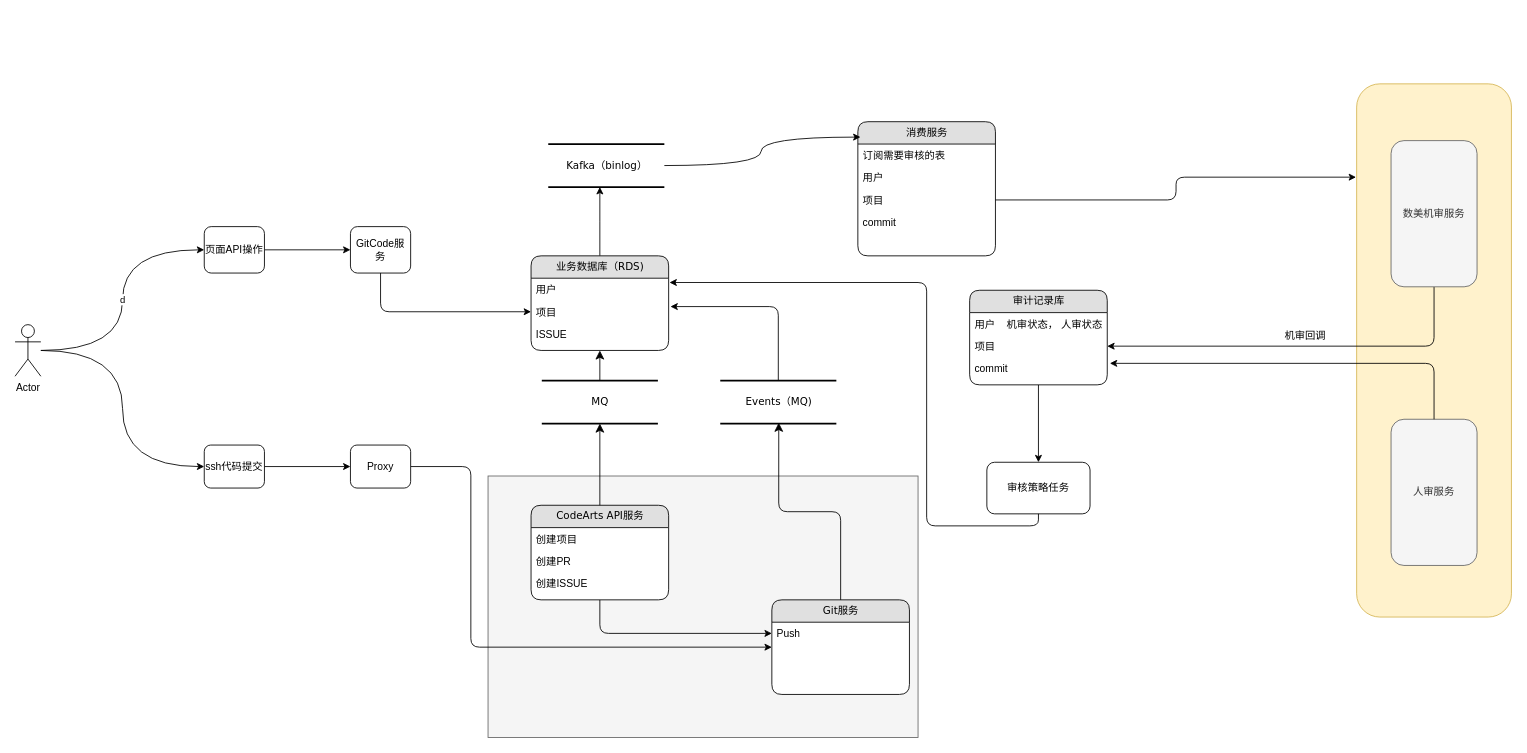
osanben/diagrams keeps this draw.io diagram as 全站进审机制.drawio. Above is the earlier version. Source tidied: cells renumbered, new cells numbered last; positions are measured from the earlier drawing's top-left corner, leaving out a move shared by most shapes. Both pictures are drawn from the tidied source at 86%, with x=0, y=0 at pixel (15, 83).
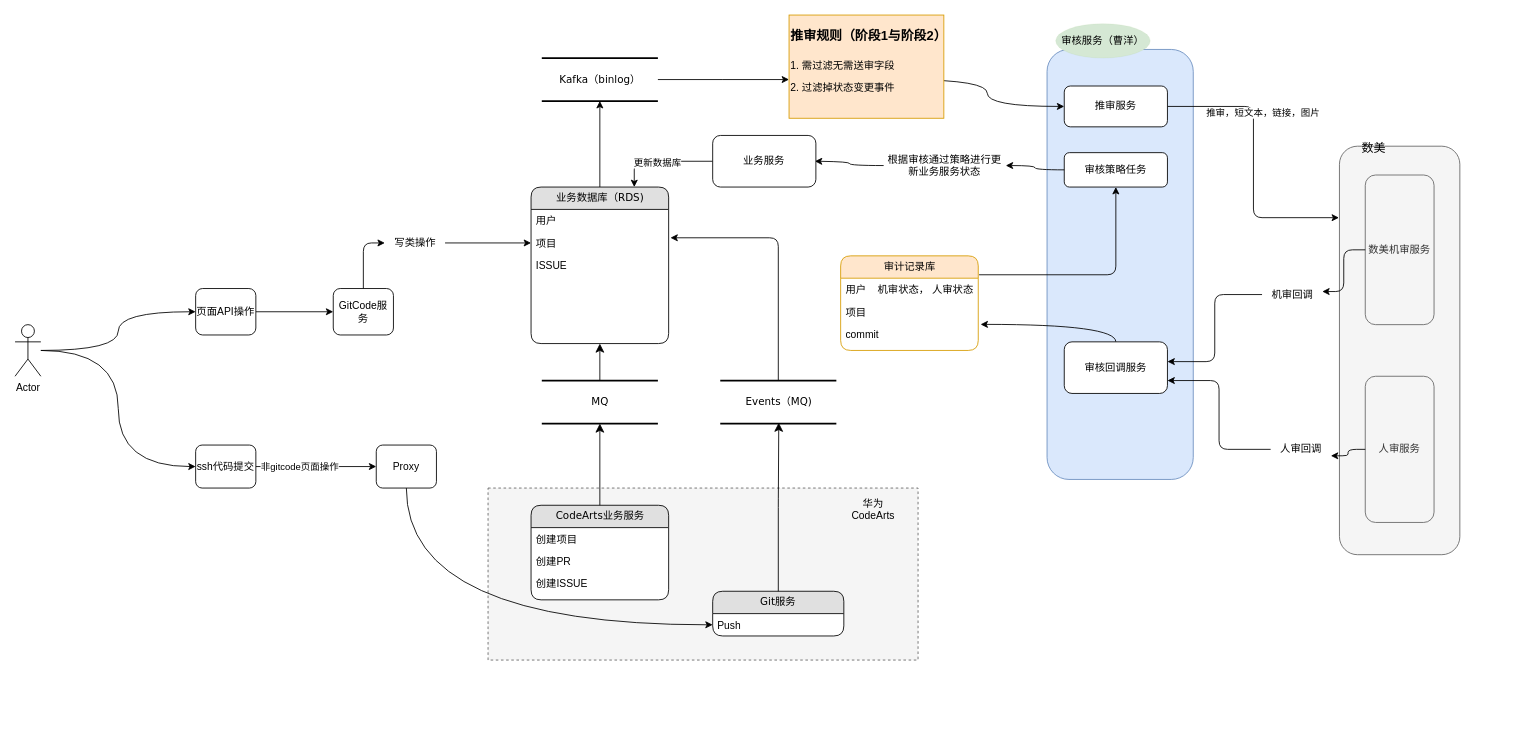
After the change.

Commit message:
更新全站进审机制.drawio

The change refers to these unchanged cells:
```xml
<mxCell id="13" value="用户" style="text;html=1;strokeColor=none;fillColor=none;spacingLeft=4;spacingRight=4;whiteSpace=wrap;overflow=hidden;points=[[0,0.5],[1,0.5]];portConstraint=eastwest;" parent="12" vertex="1">
  <mxGeometry y="26" width="160" height="26" as="geometry" />
</mxCell>
<mxCell id="14" value="项目" style="text;html=1;strokeColor=none;fillColor=none;spacingLeft=4;spacingRight=4;whiteSpace=wrap;overflow=hidden;points=[[0,0.5],[1,0.5]];portConstraint=eastwest;" parent="12" vertex="1">
  <mxGeometry y="52" width="160" height="26" as="geometry" />
</mxCell>
<mxCell id="32" value="Actor" style="shape=umlActor;verticalLabelPosition=bottom;verticalAlign=top;html=1;outlineConnect=0;" parent="1" vertex="1">
  <mxGeometry y="280" width="30" height="60" as="geometry" />
</mxCell>
<mxCell id="35" style="edgeStyle=orthogonalEdgeStyle;rounded=0;jettySize=auto;html=1;entryX=0;entryY=0.5;entryDx=0;entryDy=0;" parent="1" edge="1" source="36" target="38">
  <mxGeometry relative="1" as="geometry" />
</mxCell>
<mxCell id="46" value="用户&amp;nbsp; &amp;nbsp; 机审状态， 人审状态" style="text;html=1;strokeColor=none;fillColor=none;spacingLeft=4;spacingRight=4;whiteSpace=wrap;overflow=hidden;points=[[0,0.5],[1,0.5]];portConstraint=eastwest;" parent="45" vertex="1">
  <mxGeometry y="26" width="160" height="26" as="geometry" />
</mxCell>
<mxCell id="47" value="项目" style="text;html=1;strokeColor=none;fillColor=none;spacingLeft=4;spacingRight=4;whiteSpace=wrap;overflow=hidden;points=[[0,0.5],[1,0.5]];portConstraint=eastwest;" parent="45" vertex="1">
  <mxGeometry y="52" width="160" height="26" as="geometry" />
</mxCell>
<mxCell id="48" value="commit" style="text;html=1;strokeColor=none;fillColor=none;spacingLeft=4;spacingRight=4;whiteSpace=wrap;overflow=hidden;points=[[0,0.5],[1,0.5]];portConstraint=eastwest;" parent="45" vertex="1">
  <mxGeometry y="78" width="160" height="32" as="geometry" />
</mxCell>
```

Change to the diagram source:
```diff
@@
+    <mxCell id="54" style="rounded=1;whiteSpace=wrap;html=1;fillColor=#dae8fc;strokeColor=#6c8ebf;" parent="1" vertex="1">
+      <mxGeometry x="1200" y="-40" width="170" height="500" as="geometry" />
+    </mxCell>
-    <mxCell id="2" style="rounded=0;whiteSpace=wrap;html=1;fillColor=#f5f5f5;fontColor=#333333;strokeColor=#666666;" parent="1" vertex="1">
-      <mxGeometry x="550" y="456" width="500" height="304" as="geometry" />
+    <mxCell id="2" style="rounded=0;whiteSpace=wrap;html=1;fillColor=#f5f5f5;fontColor=#333333;strokeColor=#666666;dashed=1;" parent="1" vertex="1">
+      <mxGeometry x="550" y="470" width="500" height="200" as="geometry" />
     </mxCell>
-    <mxCell id="3" style="rounded=1;whiteSpace=wrap;html=1;fillColor=#fff2cc;strokeColor=#d6b656;" parent="1" vertex="1">
-      <mxGeometry x="1560" width="180" height="620" as="geometry" />
+    <mxCell id="3" style="rounded=1;whiteSpace=wrap;html=1;fillColor=#f5f5f5;strokeColor=#666666;fontColor=#333333;" parent="1" vertex="1">
+      <mxGeometry x="1540" y="72.5" width="140" height="475" as="geometry" />
     </mxCell>
@@
-    <mxCell id="5" value="消费服务" style="swimlane;html=1;fontStyle=0;horizontal=1;startSize=26;fillColor=#e0e0e0;swimlaneFillColor=#ffffff;align=center;rounded=1;shadow=0;comic=0;labelBackgroundColor=none;strokeWidth=1;fontFamily=Verdana;fontSize=12;" parent="1" vertex="1">
-      <mxGeometry x="980" y="44" width="160" height="156" as="geometry" />
-    </mxCell>
-    <mxCell id="6" value="订阅需要审核的表" style="text;html=1;strokeColor=none;fillColor=none;spacingLeft=4;spacingRight=4;whiteSpace=wrap;overflow=hidden;" parent="5" vertex="1">
-      <mxGeometry y="26" width="160" height="26" as="geometry" />
-    </mxCell>
-    <mxCell id="7" value="用户" style="text;html=1;strokeColor=none;fillColor=none;spacingLeft=4;spacingRight=4;whiteSpace=wrap;overflow=hidden;" parent="5" vertex="1">
-      <mxGeometry y="52" width="160" height="26" as="geometry" />
-    </mxCell>
-    <mxCell id="8" value="项目" style="text;html=1;strokeColor=none;fillColor=none;spacingLeft=4;spacingRight=4;whiteSpace=wrap;overflow=hidden;points=[[0,0.5],[1,0.5]];portConstraint=eastwest;" parent="5" vertex="1">
-      <mxGeometry y="78" width="160" height="26" as="geometry" />
-    </mxCell>
-    <mxCell id="9" value="commit" style="text;html=1;strokeColor=none;fillColor=none;spacingLeft=4;spacingRight=4;whiteSpace=wrap;overflow=hidden;" parent="5" vertex="1">
-      <mxGeometry y="104" width="160" height="26" as="geometry" />
-    </mxCell>
-    <mxCell id="10" style="text;html=1;strokeColor=none;fillColor=none;spacingLeft=4;spacingRight=4;whiteSpace=wrap;overflow=hidden;" parent="5" vertex="1">
-      <mxGeometry y="130" width="160" height="26" as="geometry" />
-    </mxCell>
-    <mxCell id="11" style="edgeStyle=orthogonalEdgeStyle;rounded=0;jettySize=auto;html=1;entryX=0.5;entryY=1;entryDx=0;entryDy=0;" parent="1" edge="1" source="12">
-      <mxGeometry relative="1" as="geometry">
-        <mxPoint x="680" y="120" as="targetPoint" />
-      </mxGeometry>
+    <mxCell id="11" style="edgeStyle=orthogonalEdgeStyle;rounded=0;jettySize=auto;html=1;" parent="1" edge="1" source="12" target="28">
+      <mxGeometry relative="1" as="geometry" />
     </mxCell>
     <mxCell id="12" value="业务数据库（RDS)" style="swimlane;html=1;fontStyle=0;horizontal=1;startSize=26;fillColor=#e0e0e0;swimlaneFillColor=#ffffff;align=center;rounded=1;shadow=0;comic=0;labelBackgroundColor=none;strokeWidth=1;fontFamily=Verdana;fontSize=12;" parent="1" vertex="1">
-      <mxGeometry x="600" y="200" width="160" height="110" as="geometry" />
+      <mxGeometry x="600" y="120" width="160" height="182" as="geometry" />
     </mxCell>
@@
-    <mxCell id="16" style="edgeStyle=orthogonalEdgeStyle;rounded=1;jettySize=auto;html=1;entryX=0;entryY=0.5;entryDx=0;entryDy=0;curved=0;" parent="1" edge="1" source="17" target="22">
-      <mxGeometry relative="1" as="geometry" />
-    </mxCell>
+    <mxCell id="55" style="text;html=1;strokeColor=none;fillColor=none;spacingLeft=4;spacingRight=4;whiteSpace=wrap;overflow=hidden;" parent="12" vertex="1">
+      <mxGeometry y="104" width="160" height="26" as="geometry" />
+    </mxCell>
+    <mxCell id="10" style="text;html=1;strokeColor=none;fillColor=none;spacingLeft=4;spacingRight=4;whiteSpace=wrap;overflow=hidden;" parent="12" vertex="1">
+      <mxGeometry y="130" width="160" height="26" as="geometry" />
+    </mxCell>
+    <mxCell id="56" style="text;html=1;strokeColor=none;fillColor=none;spacingLeft=4;spacingRight=4;whiteSpace=wrap;overflow=hidden;" parent="12" vertex="1">
+      <mxGeometry y="156" width="160" height="26" as="geometry" />
+    </mxCell>
-    <mxCell id="17" value="CodeArts API服务" style="swimlane;html=1;fontStyle=0;horizontal=1;startSize=26;fillColor=#e0e0e0;swimlaneFillColor=#ffffff;align=center;rounded=1;shadow=0;comic=0;labelBackgroundColor=none;strokeWidth=1;fontFamily=Verdana;fontSize=12;" parent="1" vertex="1">
+    <mxCell id="17" value="CodeArts业务服务" style="swimlane;html=1;fontStyle=0;horizontal=1;startSize=26;fillColor=#e0e0e0;swimlaneFillColor=#ffffff;align=center;rounded=1;shadow=0;comic=0;labelBackgroundColor=none;strokeWidth=1;fontFamily=Verdana;fontSize=12;" parent="1" vertex="1">
       <mxGeometry x="600" y="490" width="160" height="110" as="geometry" />
     </mxCell>
@@
     <mxCell id="21" value="Git服务" style="swimlane;html=1;fontStyle=0;horizontal=1;startSize=26;fillColor=#e0e0e0;swimlaneFillColor=#ffffff;align=center;rounded=1;shadow=0;comic=0;labelBackgroundColor=none;strokeWidth=1;fontFamily=Verdana;fontSize=12;" parent="1" vertex="1">
-      <mxGeometry x="880" y="600" width="160" height="110" as="geometry" />
+      <mxGeometry x="811.2" y="590" width="152.5" height="52" as="geometry" />
     </mxCell>
     <mxCell id="22" value="Push" style="text;html=1;strokeColor=none;fillColor=none;spacingLeft=4;spacingRight=4;whiteSpace=wrap;overflow=hidden;points=[[0,0.5],[1,0.5]];portConstraint=eastwest;" parent="21" vertex="1">
-      <mxGeometry y="26" width="160" height="26" as="geometry" />
+      <mxGeometry y="26" width="152.5" height="26" as="geometry" />
     </mxCell>
@@
     <mxCell id="28" value="Kafka（binlog）" style="html=1;rounded=0;shadow=0;comic=0;labelBackgroundColor=none;strokeWidth=2;fontFamily=Verdana;fontSize=12;align=center;shape=mxgraph.ios7ui.horLines;" parent="1" vertex="1">
-      <mxGeometry x="620" y="70" width="135" height="50" as="geometry" />
+      <mxGeometry x="612.5" y="-30" width="135" height="50" as="geometry" />
     </mxCell>
-    <mxCell id="29" style="edgeStyle=orthogonalEdgeStyle;rounded=0;jettySize=auto;html=1;entryX=0.019;entryY=0.115;entryDx=0;entryDy=0;entryPerimeter=0;curved=1;" parent="1" edge="1" source="28" target="5">
-      <mxGeometry relative="1" as="geometry" />
+    <mxCell id="29" style="edgeStyle=orthogonalEdgeStyle;rounded=0;jettySize=auto;html=1;entryX=0;entryY=0.5;entryDx=0;entryDy=0;curved=1;" parent="1" edge="1" target="63">
+      <mxGeometry relative="1" as="geometry">
+        <mxPoint x="1040" y="-4.9" as="sourcePoint" />
+      </mxGeometry>
     </mxCell>
-    <mxCell id="30" value="d" style="edgeStyle=orthogonalEdgeStyle;rounded=0;jettySize=auto;html=1;entryX=0;entryY=0.5;entryDx=0;entryDy=0;elbow=vertical;curved=1;" parent="1" edge="1" source="32" target="34">
+    <mxCell id="30" style="edgeStyle=orthogonalEdgeStyle;rounded=0;jettySize=auto;html=1;entryX=0;entryY=0.5;entryDx=0;entryDy=0;elbow=vertical;curved=1;" parent="1" edge="1" source="32" target="34">
       <mxGeometry relative="1" as="geometry" />
     </mxCell>
@@
     <mxCell id="34" value="页面API操作" style="rounded=1;whiteSpace=wrap;html=1;" parent="1" vertex="1">
-      <mxGeometry x="220" y="166" width="70" height="54" as="geometry" />
+      <mxGeometry x="210" y="238" width="70" height="54" as="geometry" />
     </mxCell>
@@
+    <mxCell id="57" value="非gitcode页面操作" style="edgeLabel;html=1;align=center;verticalAlign=middle;" parent="35" vertex="1">
+      <mxGeometry x="-0.28" y="1" relative="1" as="geometry" />
+    </mxCell>
     <mxCell id="36" value="ssh代码提交" style="rounded=1;whiteSpace=wrap;html=1;" parent="1" vertex="1">
-      <mxGeometry x="220" y="420" width="70" height="50" as="geometry" />
+      <mxGeometry x="210" y="420" width="70" height="50" as="geometry" />
     </mxCell>
-    <mxCell id="37" style="edgeStyle=orthogonalEdgeStyle;rounded=1;jettySize=auto;html=1;entryX=0;entryY=0.5;entryDx=0;entryDy=0;curved=0;" parent="1" edge="1" source="38" target="21">
-      <mxGeometry relative="1" as="geometry">
-        <Array as="points">
-          <mxPoint x="530" y="445" />
-          <mxPoint x="530" y="655" />
-        </Array>
-      </mxGeometry>
-    </mxCell>
+    <mxCell id="58" style="edgeStyle=orthogonalEdgeStyle;rounded=0;jettySize=auto;html=1;curved=1;" parent="1" edge="1" source="38" target="22">
+      <mxGeometry relative="1" as="geometry" />
+    </mxCell>
     <mxCell id="38" value="Proxy" style="rounded=1;whiteSpace=wrap;html=1;" parent="1" vertex="1">
-      <mxGeometry x="390" y="420" width="70" height="50" as="geometry" />
+      <mxGeometry x="420" y="420" width="70" height="50" as="geometry" />
     </mxCell>
-    <mxCell id="39" style="edgeStyle=orthogonalEdgeStyle;rounded=1;jettySize=auto;html=1;entryX=0;entryY=0.5;entryDx=0;entryDy=0;curved=0;" parent="1" edge="1" source="40" target="14">
+    <mxCell id="39" style="edgeStyle=orthogonalEdgeStyle;rounded=1;jettySize=auto;html=1;entryX=0;entryY=0.5;entryDx=0;entryDy=0;curved=0;" parent="1" edge="1" source="80" target="14">
       <mxGeometry relative="1" as="geometry" />
     </mxCell>
     <mxCell id="40" value="GitCode服务" style="rounded=1;whiteSpace=wrap;html=1;" parent="1" vertex="1">
-      <mxGeometry x="390" y="166" width="70" height="54" as="geometry" />
+      <mxGeometry x="370" y="238" width="70" height="54" as="geometry" />
     </mxCell>
-    <mxCell id="41" style="edgeStyle=orthogonalEdgeStyle;rounded=1;jettySize=auto;html=1;curved=0;" parent="1" edge="1" source="42" target="47">
-      <mxGeometry relative="1" as="geometry" />
-    </mxCell>
     <mxCell id="42" value="数美机审服务" style="rounded=1;whiteSpace=wrap;html=1;fillColor=#f5f5f5;fontColor=#333333;strokeColor=#666666;" parent="1" vertex="1">
-      <mxGeometry x="1600" y="66" width="100" height="170" as="geometry" />
+      <mxGeometry x="1570" y="106" width="80" height="174" as="geometry" />
     </mxCell>
-    <mxCell id="43" style="edgeStyle=orthogonalEdgeStyle;rounded=1;jettySize=auto;html=1;curved=0;entryX=-0.004;entryY=0.175;entryDx=0;entryDy=0;entryPerimeter=0;" parent="1" edge="1" source="8" target="3">
+    <mxCell id="43" style="edgeStyle=orthogonalEdgeStyle;rounded=1;jettySize=auto;html=1;curved=0;entryX=-0.004;entryY=0.175;entryDx=0;entryDy=0;entryPerimeter=0;exitX=1;exitY=0.5;exitDx=0;exitDy=0;" parent="1" edge="1" source="63" target="3">
       <mxGeometry relative="1" as="geometry" />
     </mxCell>
-    <mxCell id="44" style="edgeStyle=orthogonalEdgeStyle;rounded=1;jettySize=auto;html=1;entryX=0.5;entryY=0;entryDx=0;entryDy=0;curved=0;" parent="1" edge="1" source="45" target="49">
-      <mxGeometry relative="1" as="geometry" />
-    </mxCell>
+    <mxCell id="59" value="推审，短文本，链接，图片" style="edgeLabel;html=1;align=center;verticalAlign=middle;" parent="43" vertex="1">
+      <mxGeometry x="-0.34" y="-2" relative="1" as="geometry">
+        <mxPoint x="12" y="-1" as="offset" />
+      </mxGeometry>
+    </mxCell>
+    <mxCell id="60" style="edgeStyle=orthogonalEdgeStyle;rounded=1;jettySize=auto;html=1;entryX=0.5;entryY=1;entryDx=0;entryDy=0;exitX=1.006;exitY=-0.154;exitDx=0;exitDy=0;exitPerimeter=0;curved=0;" parent="1" edge="1" source="46" target="49">
+      <mxGeometry relative="1" as="geometry" />
+    </mxCell>
-    <mxCell id="45" value="审计记录库" style="swimlane;html=1;fontStyle=0;horizontal=1;startSize=26;fillColor=#e0e0e0;swimlaneFillColor=#ffffff;align=center;rounded=1;shadow=0;comic=0;labelBackgroundColor=none;strokeWidth=1;fontFamily=Verdana;fontSize=12;" parent="1" vertex="1">
-      <mxGeometry x="1110" y="240" width="160" height="110" as="geometry" />
+    <mxCell id="45" value="审计记录库" style="swimlane;html=1;fontStyle=0;horizontal=1;startSize=26;fillColor=#ffe6cc;swimlaneFillColor=#ffffff;align=center;rounded=1;shadow=0;comic=0;labelBackgroundColor=none;strokeWidth=1;fontFamily=Verdana;fontSize=12;strokeColor=#d79b00;" parent="1" vertex="1">
+      <mxGeometry x="960" y="200" width="160" height="110" as="geometry" />
     </mxCell>
@@
+    <mxCell id="61" style="edgeStyle=orthogonalEdgeStyle;rounded=0;jettySize=auto;html=1;curved=1;" parent="1" edge="1" source="77">
+      <mxGeometry relative="1" as="geometry">
+        <mxPoint x="930" y="90" as="targetPoint" />
+      </mxGeometry>
+    </mxCell>
     <mxCell id="49" value="审核策略任务" style="rounded=1;whiteSpace=wrap;html=1;" parent="1" vertex="1">
-      <mxGeometry x="1130" y="440" width="120" height="60" as="geometry" />
+      <mxGeometry x="1220" y="80" width="120" height="40" as="geometry" />
     </mxCell>
-    <mxCell id="50" style="edgeStyle=orthogonalEdgeStyle;rounded=1;jettySize=auto;html=1;entryX=1.006;entryY=0.192;entryDx=0;entryDy=0;entryPerimeter=0;curved=0;" parent="1" edge="1" source="49" target="13">
-      <mxGeometry relative="1" as="geometry">
-        <Array as="points">
-          <mxPoint x="1060" y="514" />
-          <mxPoint x="1060" y="231" />
-        </Array>
-      </mxGeometry>
-    </mxCell>
+    <mxCell id="62" style="edgeStyle=orthogonalEdgeStyle;rounded=1;jettySize=auto;html=1;entryX=1;entryY=0.75;entryDx=0;entryDy=0;curved=0;" parent="1" edge="1" source="73" target="65">
+      <mxGeometry relative="1" as="geometry" />
+    </mxCell>
     <mxCell id="51" value="人审服务" style="rounded=1;whiteSpace=wrap;html=1;fillColor=#f5f5f5;fontColor=#333333;strokeColor=#666666;" parent="1" vertex="1">
-      <mxGeometry x="1600" y="390" width="100" height="170" as="geometry" />
+      <mxGeometry x="1570" y="340" width="80" height="170" as="geometry" />
     </mxCell>
+    <mxCell id="63" value="推审服务" style="rounded=1;whiteSpace=wrap;html=1;" parent="1" vertex="1">
+      <mxGeometry x="1220" y="2.5" width="120" height="47.5" as="geometry" />
+    </mxCell>
+    <mxCell id="64" style="edgeStyle=orthogonalEdgeStyle;rounded=0;jettySize=auto;html=1;curved=1;entryX=1.017;entryY=1.065;entryDx=0;entryDy=0;entryPerimeter=0;" parent="1" edge="1" source="65" target="47">
+      <mxGeometry relative="1" as="geometry" />
+    </mxCell>
+    <mxCell id="65" value="审核回调服务" style="rounded=1;whiteSpace=wrap;html=1;" parent="1" vertex="1">
+      <mxGeometry x="1220" y="300" width="120" height="60" as="geometry" />
+    </mxCell>
+    <mxCell id="66" style="edgeStyle=orthogonalEdgeStyle;rounded=1;jettySize=auto;html=1;entryX=1;entryY=0.383;entryDx=0;entryDy=0;entryPerimeter=0;curved=0;" parent="1" edge="1" source="52" target="65">
+      <mxGeometry relative="1" as="geometry" />
+    </mxCell>
+    <mxCell id="67" value="&lt;font face=&quot;Comic Sans MS&quot;&gt;审核服务（曹洋）&lt;/font&gt;" style="ellipse;whiteSpace=wrap;html=1;align=center;strokeWidth=0;dashed=1;fillColor=#d5e8d4;strokeColor=#82b366;" parent="1" vertex="1">
+      <mxGeometry x="1210" y="-70" width="110" height="40" as="geometry" />
+    </mxCell>
+    <mxCell id="68" style="edgeStyle=orthogonalEdgeStyle;rounded=1;jettySize=auto;html=1;entryX=0.75;entryY=0;entryDx=0;entryDy=0;curved=0;" parent="1" edge="1" source="70" target="12">
+      <mxGeometry relative="1" as="geometry" />
+    </mxCell>
+    <mxCell id="69" value="更新数据库" style="edgeLabel;html=1;align=center;verticalAlign=middle;" parent="68" vertex="1">
+      <mxGeometry x="0.07" y="1" relative="1" as="geometry" />
+    </mxCell>
+    <mxCell id="70" value="业务服务" style="rounded=1;whiteSpace=wrap;html=1;" parent="1" vertex="1">
+      <mxGeometry x="811.2" y="60" width="120" height="60" as="geometry" />
+    </mxCell>
+    <mxCell id="71" style="edgeStyle=orthogonalEdgeStyle;rounded=1;jettySize=auto;html=1;entryX=1;entryY=0.383;entryDx=0;entryDy=0;entryPerimeter=0;curved=0;" parent="1" edge="1" source="42" target="52">
+      <mxGeometry relative="1" as="geometry" />
+    </mxCell>
     <mxCell id="52" value="机审回调" style="text;html=1;align=center;verticalAlign=middle;points=[];strokeColor=none;fillColor=none;" parent="1" vertex="1">
-      <mxGeometry x="1465" y="278" width="70" height="30" as="geometry" />
+      <mxGeometry x="1450" y="230" width="70" height="30" as="geometry" />
     </mxCell>
-    <mxCell id="53" style="edgeStyle=orthogonalEdgeStyle;rounded=1;jettySize=auto;html=1;entryX=1.019;entryY=0.219;entryDx=0;entryDy=0;entryPerimeter=0;curved=0;" parent="1" edge="1" source="51" target="48">
-      <mxGeometry relative="1" as="geometry" />
-    </mxCell>
+    <mxCell id="72" style="edgeStyle=orthogonalEdgeStyle;rounded=1;jettySize=auto;html=1;entryX=1;entryY=0.75;entryDx=0;entryDy=0;curved=0;" parent="1" edge="1" source="51" target="73">
+      <mxGeometry relative="1" as="geometry" />
+    </mxCell>
+    <mxCell id="73" value="人审回调" style="text;html=1;align=center;verticalAlign=middle;points=[];strokeColor=none;fillColor=none;" parent="1" vertex="1">
+      <mxGeometry x="1460" y="410" width="70" height="30" as="geometry" />
+    </mxCell>
+    <mxCell id="74" value="华为CodeArts" style="text;html=1;align=center;verticalAlign=middle;whiteSpace=wrap;rounded=0;" parent="1" vertex="1">
+      <mxGeometry x="967.5" y="480" width="60" height="30" as="geometry" />
+    </mxCell>
+    <mxCell id="75" style="edgeStyle=orthogonalEdgeStyle;rounded=0;jettySize=auto;html=1;entryX=0;entryY=0.5;entryDx=0;entryDy=0;curved=1;" parent="1" edge="1" source="28">
+      <mxGeometry relative="1" as="geometry">
+        <mxPoint x="900" y="-5" as="targetPoint" />
+      </mxGeometry>
+    </mxCell>
+    <mxCell id="76" style="edgeStyle=orthogonalEdgeStyle;rounded=0;jettySize=auto;html=1;curved=1;" parent="1" edge="1" source="49" target="77">
+      <mxGeometry relative="1" as="geometry" />
+    </mxCell>
+    <mxCell id="77" value="根据审核通过策略进行更新业务服务状态" style="text;html=1;align=center;verticalAlign=middle;whiteSpace=wrap;rounded=0;" parent="1" vertex="1">
+      <mxGeometry x="1010" y="80" width="142" height="30" as="geometry" />
+    </mxCell>
+    <mxCell id="78" value="&lt;h1 style=&quot;margin-top: 0px;&quot;&gt;&lt;font style=&quot;font-size: 15px;&quot;&gt;推审规则（阶段1与阶段2）&lt;/font&gt;&lt;/h1&gt;&lt;p&gt;1. 需过滤无需送审字段&lt;/p&gt;&lt;p&gt;2. 过滤掉状态变更事件&lt;/p&gt;" style="text;html=1;whiteSpace=wrap;overflow=hidden;rounded=0;fillColor=#ffe6cc;strokeColor=#d79b00;" parent="1" vertex="1">
+      <mxGeometry x="900" y="-80" width="180" height="120" as="geometry" />
+    </mxCell>
+    <mxCell id="79" style="edgeStyle=orthogonalEdgeStyle;rounded=1;jettySize=auto;html=1;entryX=0;entryY=0.5;entryDx=0;entryDy=0;curved=0;" parent="1" edge="1" source="40" target="80">
+      <mxGeometry relative="1" as="geometry" />
+    </mxCell>
+    <mxCell id="80" value="写类操作" style="text;html=1;align=center;verticalAlign=middle;points=[];strokeColor=none;fillColor=none;" parent="1" vertex="1">
+      <mxGeometry x="430" y="170" width="70" height="30" as="geometry" />
+    </mxCell>
+    <mxCell id="81" value="数美" style="text;html=1;align=center;verticalAlign=middle;whiteSpace=wrap;rounded=0;fontSize=14;" parent="1" vertex="1">
+      <mxGeometry x="1550" y="60" width="60" height="30" as="geometry" />
+    </mxCell>
```
